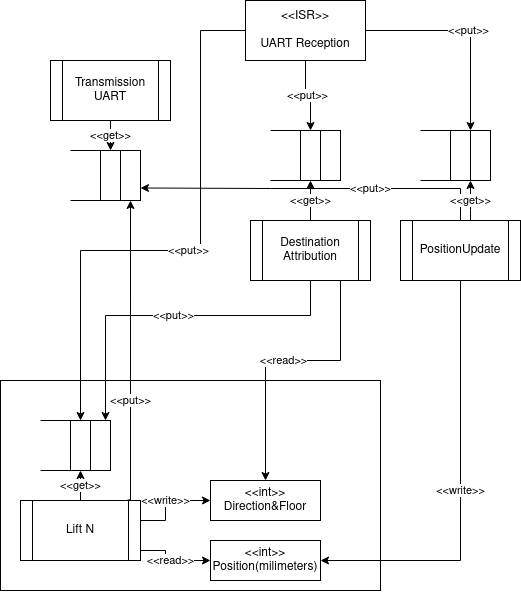
The draw.io diagram arquitetura/static.png in rardiol/P2020_02_embarcados_final, before a commit. Source tidied: cells renumbered, new cells last; positions are measured from the earlier drawing's top-left corner, leaving out a move shared by most shapes.
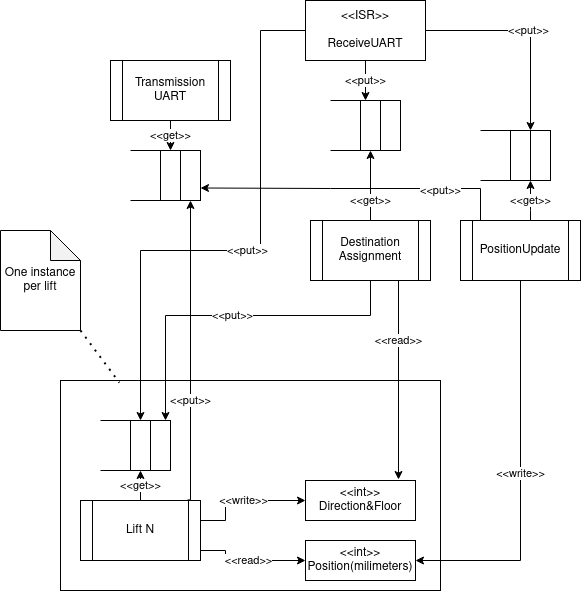
Later version of the same file.

Change to the diagram source:
```diff
@@ -63,9 +63,9 @@
       </mxGeometry>
     </mxCell>
     <mxCell id="14" value="&amp;lt;&amp;lt;get&amp;gt;&amp;gt;" style="edgeStyle=orthogonalEdgeStyle;rounded=0;jettySize=auto;html=1;" parent="1" edge="1" source="15" target="23">
-      <mxGeometry relative="1" as="geometry" />
+      <mxGeometry x="-0.43" relative="1" as="geometry" />
     </mxCell>
-    <mxCell id="15" value="&lt;div&gt;Destination&lt;/div&gt;&lt;div&gt;Attribution&lt;/div&gt;" style="shape=process;whiteSpace=wrap;html=1;backgroundOutline=1;" parent="1" vertex="1">
+    <mxCell id="15" value="&lt;div&gt;Destination&lt;/div&gt;&lt;div&gt;Assignment&lt;/div&gt;" style="shape=process;whiteSpace=wrap;html=1;backgroundOutline=1;" parent="1" vertex="1">
       <mxGeometry x="250" y="220" width="120" height="60" as="geometry" />
     </mxCell>
     <mxCell id="16" value="&amp;lt;&amp;lt;get&amp;gt;&amp;gt;" style="edgeStyle=orthogonalEdgeStyle;rounded=0;jettySize=auto;html=1;" parent="1" edge="1" source="17" target="28">
@@ -83,17 +83,17 @@
         </Array>
       </mxGeometry>
     </mxCell>
-    <mxCell id="19" value="&amp;lt;&amp;lt;put&amp;gt;&amp;gt;" style="edgeStyle=orthogonalEdgeStyle;rounded=0;jettySize=auto;html=1;" parent="1" edge="1" source="21" target="23">
+    <mxCell id="19" value="&amp;lt;&amp;lt;put&amp;gt;&amp;gt;" style="edgeStyle=orthogonalEdgeStyle;rounded=0;jettySize=auto;html=1;entryX=0.25;entryY=0;entryDx=0;entryDy=0;" parent="1" edge="1" source="21" target="23">
       <mxGeometry relative="1" as="geometry" />
     </mxCell>
     <mxCell id="20" value="&amp;lt;&amp;lt;put&amp;gt;&amp;gt;" style="edgeStyle=orthogonalEdgeStyle;rounded=0;jettySize=auto;html=1;entryX=0;entryY=0;entryDx=0;entryDy=0;" parent="1" edge="1" source="21" target="42">
       <mxGeometry relative="1" as="geometry" />
     </mxCell>
-    <mxCell id="21" value="&lt;div&gt;&amp;lt;&amp;lt;ISR&amp;gt;&amp;gt;&lt;/div&gt;&lt;div&gt;&lt;br&gt;&lt;/div&gt;&lt;div&gt;UART Reception&lt;/div&gt;" style="rounded=0;whiteSpace=wrap;html=1;" parent="1" vertex="1">
+    <mxCell id="21" value="&lt;div&gt;&amp;lt;&amp;lt;ISR&amp;gt;&amp;gt;&lt;/div&gt;&lt;div&gt;&lt;br&gt;&lt;/div&gt;&lt;div&gt;ReceiveUART&lt;/div&gt;" style="rounded=0;whiteSpace=wrap;html=1;" parent="1" vertex="1">
       <mxGeometry x="245" width="120" height="60" as="geometry" />
     </mxCell>
     <mxCell id="22" style="group;" parent="1" vertex="1">
-      <mxGeometry x="270" y="130" width="70" height="50" as="geometry" />
+      <mxGeometry x="270" y="100" width="70" height="50" as="geometry" />
     </mxCell>
     <mxCell id="23" style="rounded=0;whiteSpace=wrap;html=1;" parent="22" vertex="1">
       <mxGeometry x="30" width="20" height="50" as="geometry" />
@@ -132,24 +132,23 @@
     <mxCell id="31" style="rounded=0;whiteSpace=wrap;html=1;" parent="27" vertex="1">
       <mxGeometry x="50" width="20" height="50" as="geometry" />
     </mxCell>
-    <mxCell id="32" value="&amp;lt;&amp;lt;read&amp;gt;&amp;gt;" style="edgeStyle=orthogonalEdgeStyle;rounded=0;jettySize=auto;html=1;exitX=0.75;exitY=1;exitDx=0;exitDy=0;entryX=0.5;entryY=0;entryDx=0;entryDy=0;" parent="1" edge="1" source="15" target="33">
-      <mxGeometry relative="1" as="geometry">
+    <mxCell id="32" value="&amp;lt;&amp;lt;read&amp;gt;&amp;gt;" style="edgeStyle=orthogonalEdgeStyle;rounded=0;jettySize=auto;html=1;exitX=0.75;exitY=1;exitDx=0;exitDy=0;" parent="1" edge="1" source="15">
+      <mxGeometry x="-0.38" relative="1" as="geometry">
+        <mxPoint x="338" y="479" as="targetPoint" />
         <Array as="points">
-          <mxPoint x="340" y="360" />
-          <mxPoint x="265" y="360" />
+          <mxPoint x="338" y="280" />
         </Array>
       </mxGeometry>
     </mxCell>
     <mxCell id="33" value="&lt;div&gt;&amp;lt;&amp;lt;int&amp;gt;&amp;gt;&lt;br&gt;&lt;/div&gt;&lt;div&gt;Direction&amp;amp;Floor&lt;/div&gt;" style="rounded=0;whiteSpace=wrap;html=1;" parent="1" vertex="1">
-      <mxGeometry x="210" y="480" width="110" height="40" as="geometry" />
+      <mxGeometry x="245" y="480" width="110" height="40" as="geometry" />
     </mxCell>
     <mxCell id="34" value="&amp;lt;&amp;lt;put&amp;gt;&amp;gt;" style="edgeStyle=orthogonalEdgeStyle;rounded=0;jettySize=auto;html=1;entryX=1;entryY=0.75;entryDx=0;entryDy=0;" parent="1" edge="1" source="37" target="31">
-      <mxGeometry x="-0.31" y="-1" relative="1" as="geometry">
+      <mxGeometry x="-0.54" y="2" relative="1" as="geometry">
         <Array as="points">
-          <mxPoint x="460" y="188" />
+          <mxPoint x="420" y="188" />
           <mxPoint x="270" y="188" />
         </Array>
-        <mxPoint y="1" as="offset" />
       </mxGeometry>
     </mxCell>
     <mxCell id="35" value="&amp;lt;&amp;lt;get&amp;gt;&amp;gt;" style="edgeStyle=orthogonalEdgeStyle;rounded=0;jettySize=auto;html=1;entryX=0;entryY=1;entryDx=0;entryDy=0;" parent="1" edge="1" source="37" target="42">
@@ -191,7 +190,13 @@
       <mxGeometry x="50" width="20" height="50" as="geometry" />
     </mxCell>
     <mxCell id="43" value="&lt;div&gt;&amp;lt;&amp;lt;int&amp;gt;&amp;gt;&lt;br&gt;&lt;/div&gt;&lt;div&gt;Position(milimeters)&lt;/div&gt;" style="rounded=0;whiteSpace=wrap;html=1;" parent="1" vertex="1">
-      <mxGeometry x="210" y="540" width="110" height="40" as="geometry" />
+      <mxGeometry x="245" y="540" width="110" height="40" as="geometry" />
     </mxCell>
+    <mxCell id="44" value="One instance per lift" style="shape=note;whiteSpace=wrap;html=1;backgroundOutline=1;darkOpacity=0.05;" parent="1" vertex="1">
+      <mxGeometry x="-60" y="230" width="80" height="100" as="geometry" />
+    </mxCell>
+    <mxCell id="45" style="endArrow=none;dashed=1;html=1;dashPattern=1 3;strokeWidth=2;entryX=0.155;entryY=0.01;entryDx=0;entryDy=0;entryPerimeter=0;exitX=1;exitY=1;exitDx=0;exitDy=0;exitPerimeter=0;" parent="1" edge="1" source="44" target="2">
+      <mxGeometry relative="1" as="geometry" />
+    </mxCell>
   </root>
 </mxGraphModel>
```
